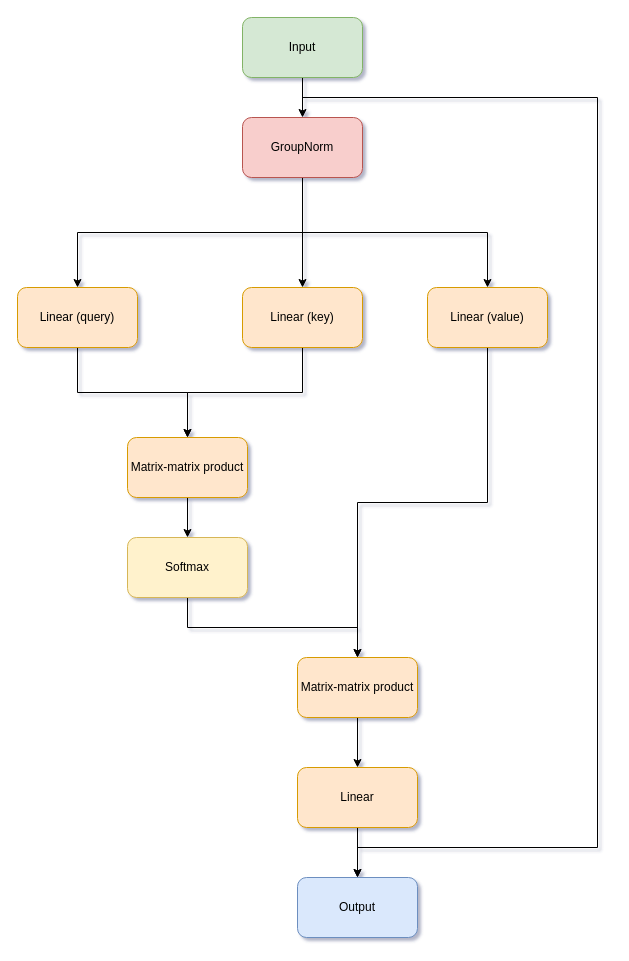
Above: pdf/diagrams/AttentionBlock.drawio in kaamka/diffusion-ct (draw.io), before the change. Source tidied: cells renumbered, new cells numbered last; positions are measured from the earlier drawing's top-left corner, leaving out a move shared by most shapes. Both pictures are drawn from the tidied source at 100%, with x=0, y=0 at pixel (17, 17).
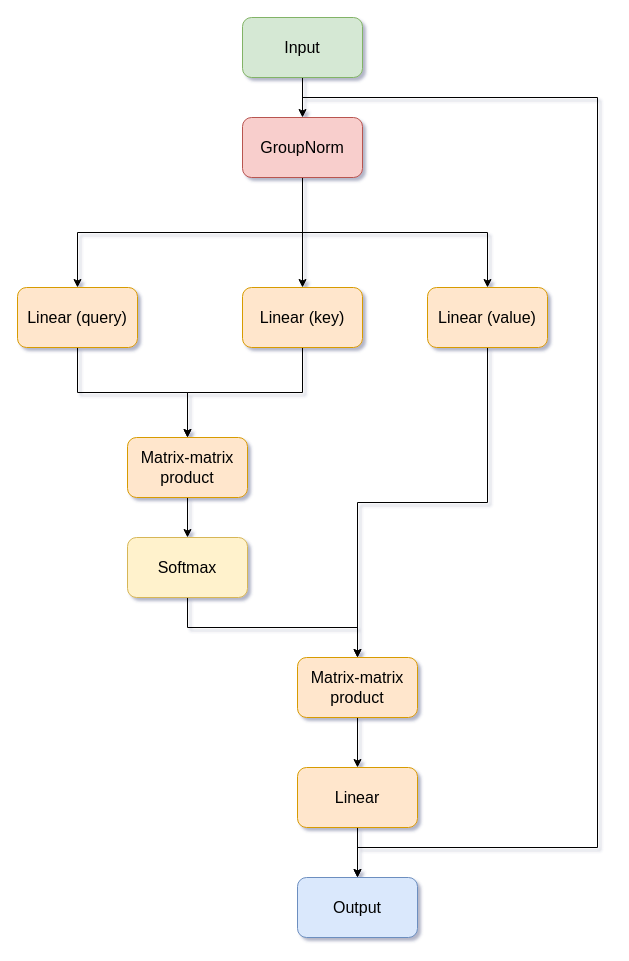
Above is the later version.

Diff of the diagram source:
```diff
@@
-    <mxCell id="2" style="edgeStyle=orthogonalEdgeStyle;rounded=0;jettySize=auto;html=1;exitX=0.5;exitY=1;exitDx=0;exitDy=0;entryX=0.5;entryY=0;entryDx=0;entryDy=0;" parent="1" edge="1" source="4" target="8">
+    <mxCell id="2" style="edgeStyle=orthogonalEdgeStyle;rounded=0;jettySize=auto;html=1;exitX=0.5;exitY=1;exitDx=0;exitDy=0;entryX=0.5;entryY=0;entryDx=0;entryDy=0;fontSize=16;" parent="1" edge="1" source="4" target="8">
       <mxGeometry relative="1" as="geometry" />
     </mxCell>
-    <mxCell id="3" style="edgeStyle=orthogonalEdgeStyle;rounded=0;jettySize=auto;html=1;exitX=0.5;exitY=1;exitDx=0;exitDy=0;entryX=0.5;entryY=0;entryDx=0;entryDy=0;" parent="1" edge="1" source="4" target="23">
+    <mxCell id="3" style="edgeStyle=orthogonalEdgeStyle;rounded=0;jettySize=auto;html=1;exitX=0.5;exitY=1;exitDx=0;exitDy=0;entryX=0.5;entryY=0;entryDx=0;entryDy=0;fontSize=16;" parent="1" edge="1" source="4" target="23">
       <mxGeometry relative="1" as="geometry">
         <Array as="points">
           <mxPoint x="285" y="80" />
           <mxPoint x="580" y="80" />
           <mxPoint x="580" y="830" />
           <mxPoint x="340" y="830" />
         </Array>
       </mxGeometry>
     </mxCell>
-    <mxCell id="4" value="Input" style="rounded=1;whiteSpace=wrap;html=1;fillColor=#d5e8d4;strokeColor=#82b366;" parent="1" vertex="1">
+    <mxCell id="4" value="Input" style="rounded=1;whiteSpace=wrap;html=1;fillColor=#d5e8d4;strokeColor=#82b366;fontSize=16;" parent="1" vertex="1">
       <mxGeometry x="225" width="120" height="60" as="geometry" />
     </mxCell>
-    <mxCell id="5" style="edgeStyle=orthogonalEdgeStyle;rounded=0;jettySize=auto;html=1;exitX=0.5;exitY=1;exitDx=0;exitDy=0;entryX=0.5;entryY=0;entryDx=0;entryDy=0;" parent="1" edge="1" source="8" target="10">
+    <mxCell id="5" style="edgeStyle=orthogonalEdgeStyle;rounded=0;jettySize=auto;html=1;exitX=0.5;exitY=1;exitDx=0;exitDy=0;entryX=0.5;entryY=0;entryDx=0;entryDy=0;fontSize=16;" parent="1" edge="1" source="8" target="10">
       <mxGeometry relative="1" as="geometry" />
     </mxCell>
-    <mxCell id="6" style="edgeStyle=orthogonalEdgeStyle;rounded=0;jettySize=auto;html=1;exitX=0.5;exitY=1;exitDx=0;exitDy=0;" parent="1" edge="1" source="8" target="14">
+    <mxCell id="6" style="edgeStyle=orthogonalEdgeStyle;rounded=0;jettySize=auto;html=1;exitX=0.5;exitY=1;exitDx=0;exitDy=0;fontSize=16;" parent="1" edge="1" source="8" target="14">
       <mxGeometry relative="1" as="geometry" />
     </mxCell>
-    <mxCell id="7" style="edgeStyle=orthogonalEdgeStyle;rounded=0;jettySize=auto;html=1;exitX=0.5;exitY=1;exitDx=0;exitDy=0;" parent="1" edge="1" source="8" target="12">
+    <mxCell id="7" style="edgeStyle=orthogonalEdgeStyle;rounded=0;jettySize=auto;html=1;exitX=0.5;exitY=1;exitDx=0;exitDy=0;fontSize=16;" parent="1" edge="1" source="8" target="12">
       <mxGeometry relative="1" as="geometry" />
     </mxCell>
-    <mxCell id="8" value="GroupNorm" style="rounded=1;whiteSpace=wrap;html=1;fillColor=#f8cecc;strokeColor=#b85450;" parent="1" vertex="1">
+    <mxCell id="8" value="GroupNorm" style="rounded=1;whiteSpace=wrap;html=1;fillColor=#f8cecc;strokeColor=#b85450;fontSize=16;" parent="1" vertex="1">
       <mxGeometry x="225" y="100" width="120" height="60" as="geometry" />
     </mxCell>
-    <mxCell id="9" style="edgeStyle=orthogonalEdgeStyle;rounded=0;jettySize=auto;html=1;exitX=0.5;exitY=1;exitDx=0;exitDy=0;entryX=0.5;entryY=0;entryDx=0;entryDy=0;" parent="1" edge="1" source="10" target="16">
+    <mxCell id="9" style="edgeStyle=orthogonalEdgeStyle;rounded=0;jettySize=auto;html=1;exitX=0.5;exitY=1;exitDx=0;exitDy=0;entryX=0.5;entryY=0;entryDx=0;entryDy=0;fontSize=16;" parent="1" edge="1" source="10" target="16">
       <mxGeometry relative="1" as="geometry" />
     </mxCell>
-    <mxCell id="10" value="Linear (key)" style="rounded=1;whiteSpace=wrap;html=1;fillColor=#ffe6cc;strokeColor=#d79b00;" parent="1" vertex="1">
+    <mxCell id="10" value="Linear (key)" style="rounded=1;whiteSpace=wrap;html=1;fillColor=#ffe6cc;strokeColor=#d79b00;fontSize=16;" parent="1" vertex="1">
       <mxGeometry x="225" y="270" width="120" height="60" as="geometry" />
     </mxCell>
-    <mxCell id="11" style="edgeStyle=orthogonalEdgeStyle;rounded=0;jettySize=auto;html=1;exitX=0.5;exitY=1;exitDx=0;exitDy=0;entryX=0.5;entryY=0;entryDx=0;entryDy=0;" parent="1" edge="1" source="12" target="16">
+    <mxCell id="11" style="edgeStyle=orthogonalEdgeStyle;rounded=0;jettySize=auto;html=1;exitX=0.5;exitY=1;exitDx=0;exitDy=0;entryX=0.5;entryY=0;entryDx=0;entryDy=0;fontSize=16;" parent="1" edge="1" source="12" target="16">
       <mxGeometry relative="1" as="geometry" />
     </mxCell>
-    <mxCell id="12" value="Linear (query)" style="rounded=1;whiteSpace=wrap;html=1;fillColor=#ffe6cc;strokeColor=#d79b00;" parent="1" vertex="1">
+    <mxCell id="12" value="Linear (query)" style="rounded=1;whiteSpace=wrap;html=1;fillColor=#ffe6cc;strokeColor=#d79b00;fontSize=16;" parent="1" vertex="1">
       <mxGeometry y="270" width="120" height="60" as="geometry" />
     </mxCell>
-    <mxCell id="13" style="edgeStyle=orthogonalEdgeStyle;rounded=0;jettySize=auto;html=1;exitX=0.5;exitY=1;exitDx=0;exitDy=0;entryX=0.5;entryY=0;entryDx=0;entryDy=0;" parent="1" edge="1" source="14" target="20">
+    <mxCell id="13" style="edgeStyle=orthogonalEdgeStyle;rounded=0;jettySize=auto;html=1;exitX=0.5;exitY=1;exitDx=0;exitDy=0;entryX=0.5;entryY=0;entryDx=0;entryDy=0;fontSize=16;" parent="1" edge="1" source="14" target="20">
       <mxGeometry relative="1" as="geometry" />
     </mxCell>
-    <mxCell id="14" value="Linear (value)" style="rounded=1;whiteSpace=wrap;html=1;fillColor=#ffe6cc;strokeColor=#d79b00;" parent="1" vertex="1">
+    <mxCell id="14" value="Linear (value)" style="rounded=1;whiteSpace=wrap;html=1;fillColor=#ffe6cc;strokeColor=#d79b00;fontSize=16;" parent="1" vertex="1">
       <mxGeometry x="410" y="270" width="120" height="60" as="geometry" />
     </mxCell>
-    <mxCell id="15" style="edgeStyle=orthogonalEdgeStyle;rounded=0;jettySize=auto;html=1;exitX=0.5;exitY=1;exitDx=0;exitDy=0;entryX=0.5;entryY=0;entryDx=0;entryDy=0;" parent="1" edge="1" source="16" target="18">
+    <mxCell id="15" style="edgeStyle=orthogonalEdgeStyle;rounded=0;jettySize=auto;html=1;exitX=0.5;exitY=1;exitDx=0;exitDy=0;entryX=0.5;entryY=0;entryDx=0;entryDy=0;fontSize=16;" parent="1" edge="1" source="16" target="18">
       <mxGeometry relative="1" as="geometry" />
     </mxCell>
-    <mxCell id="16" value="Matrix-matrix product" style="rounded=1;whiteSpace=wrap;html=1;fillColor=#ffe6cc;strokeColor=#d79b00;" parent="1" vertex="1">
+    <mxCell id="16" value="Matrix-matrix product" style="rounded=1;whiteSpace=wrap;html=1;fillColor=#ffe6cc;strokeColor=#d79b00;fontSize=16;" parent="1" vertex="1">
       <mxGeometry x="110" y="420" width="120" height="60" as="geometry" />
     </mxCell>
-    <mxCell id="17" style="edgeStyle=orthogonalEdgeStyle;rounded=0;jettySize=auto;html=1;exitX=0.5;exitY=1;exitDx=0;exitDy=0;entryX=0.5;entryY=0;entryDx=0;entryDy=0;" parent="1" edge="1" source="18" target="20">
+    <mxCell id="17" style="edgeStyle=orthogonalEdgeStyle;rounded=0;jettySize=auto;html=1;exitX=0.5;exitY=1;exitDx=0;exitDy=0;entryX=0.5;entryY=0;entryDx=0;entryDy=0;fontSize=16;" parent="1" edge="1" source="18" target="20">
       <mxGeometry relative="1" as="geometry" />
     </mxCell>
-    <mxCell id="18" value="Softmax" style="rounded=1;whiteSpace=wrap;html=1;fillColor=#fff2cc;strokeColor=#d6b656;" parent="1" vertex="1">
+    <mxCell id="18" value="Softmax" style="rounded=1;whiteSpace=wrap;html=1;fillColor=#fff2cc;strokeColor=#d6b656;fontSize=16;" parent="1" vertex="1">
       <mxGeometry x="110" y="520" width="120" height="60" as="geometry" />
     </mxCell>
-    <mxCell id="19" style="edgeStyle=orthogonalEdgeStyle;rounded=0;jettySize=auto;html=1;exitX=0.5;exitY=1;exitDx=0;exitDy=0;entryX=0.5;entryY=0;entryDx=0;entryDy=0;" parent="1" edge="1" source="20" target="22">
+    <mxCell id="19" style="edgeStyle=orthogonalEdgeStyle;rounded=0;jettySize=auto;html=1;exitX=0.5;exitY=1;exitDx=0;exitDy=0;entryX=0.5;entryY=0;entryDx=0;entryDy=0;fontSize=16;" parent="1" edge="1" source="20" target="22">
       <mxGeometry relative="1" as="geometry" />
     </mxCell>
-    <mxCell id="20" value="Matrix-matrix product" style="rounded=1;whiteSpace=wrap;html=1;fillColor=#ffe6cc;strokeColor=#d79b00;" parent="1" vertex="1">
+    <mxCell id="20" value="Matrix-matrix product" style="rounded=1;whiteSpace=wrap;html=1;fillColor=#ffe6cc;strokeColor=#d79b00;fontSize=16;" parent="1" vertex="1">
       <mxGeometry x="280" y="640" width="120" height="60" as="geometry" />
     </mxCell>
-    <mxCell id="21" style="edgeStyle=orthogonalEdgeStyle;rounded=0;jettySize=auto;html=1;exitX=0.5;exitY=1;exitDx=0;exitDy=0;entryX=0.5;entryY=0;entryDx=0;entryDy=0;" parent="1" edge="1" source="22" target="23">
+    <mxCell id="21" style="edgeStyle=orthogonalEdgeStyle;rounded=0;jettySize=auto;html=1;exitX=0.5;exitY=1;exitDx=0;exitDy=0;entryX=0.5;entryY=0;entryDx=0;entryDy=0;fontSize=16;" parent="1" edge="1" source="22" target="23">
       <mxGeometry relative="1" as="geometry" />
     </mxCell>
-    <mxCell id="22" value="&lt;div&gt;Linear&lt;/div&gt;" style="rounded=1;whiteSpace=wrap;html=1;fillColor=#ffe6cc;strokeColor=#d79b00;" parent="1" vertex="1">
+    <mxCell id="22" value="&lt;div style=&quot;font-size: 16px;&quot;&gt;Linear&lt;/div&gt;" style="rounded=1;whiteSpace=wrap;html=1;fillColor=#ffe6cc;strokeColor=#d79b00;fontSize=16;" parent="1" vertex="1">
       <mxGeometry x="280" y="750" width="120" height="60" as="geometry" />
     </mxCell>
-    <mxCell id="23" value="Output" style="rounded=1;whiteSpace=wrap;html=1;fillColor=#dae8fc;strokeColor=#6c8ebf;" parent="1" vertex="1">
+    <mxCell id="23" value="Output" style="rounded=1;whiteSpace=wrap;html=1;fillColor=#dae8fc;strokeColor=#6c8ebf;fontSize=16;" parent="1" vertex="1">
       <mxGeometry x="280" y="860" width="120" height="60" as="geometry" />
     </mxCell>
```
